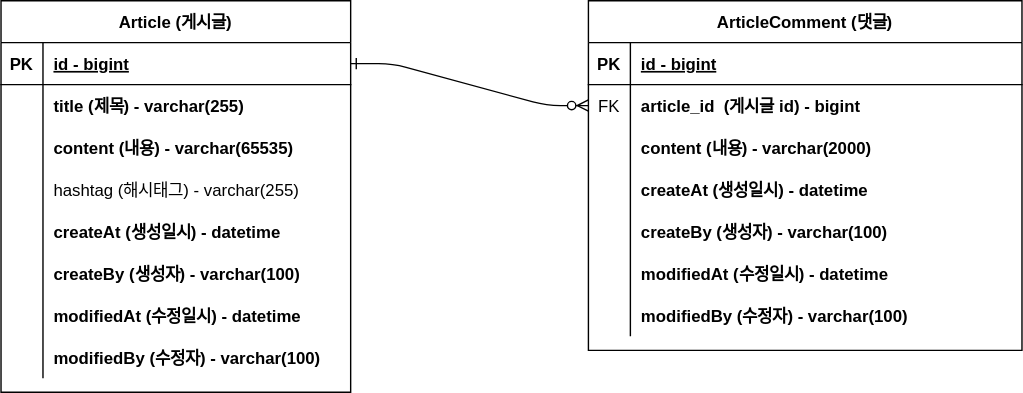
This is document/project-board-erd.svg from junghyejung1221/board-project, a draw.io export, as it was before one commit. Source tidied: cells renumbered, new cells last; positions are measured from the earlier drawing's top-left corner, leaving out a move shared by most shapes.
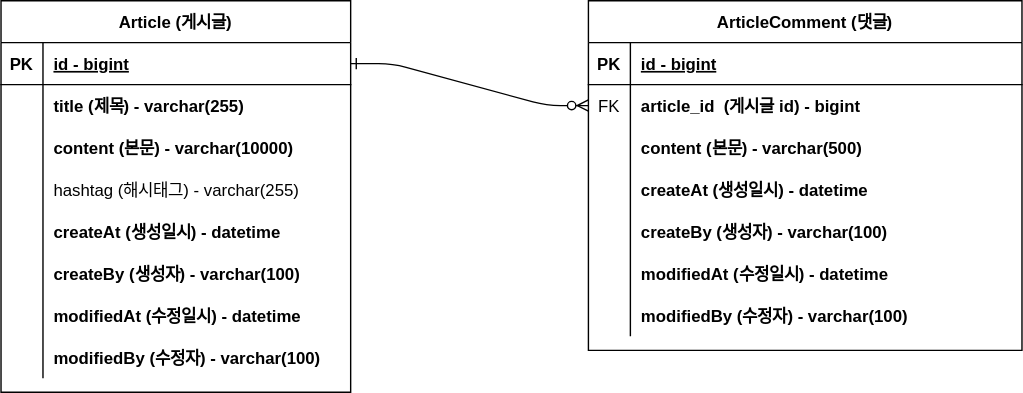
After the commit.

Commit message:
#10 - erd 업데이트 content 수정

The edit, as a diff of the source:
```diff
@@ -32,7 +32,7 @@
     <mxCell id="11" style="shape=partialRectangle;overflow=hidden;fillColor=none;top=0;left=0;bottom=0;right=0;" parent="10" vertex="1">
       <mxGeometry width="30" height="30" as="geometry" />
     </mxCell>
-    <mxCell id="12" value="content (내용) - varchar(65535)" style="shape=partialRectangle;overflow=hidden;fillColor=none;top=0;left=0;bottom=0;right=0;align=left;spacingLeft=6;fontStyle=1;" parent="10" vertex="1">
+    <mxCell id="12" value="content (본문) - varchar(10000)" style="shape=partialRectangle;overflow=hidden;fillColor=none;top=0;left=0;bottom=0;right=0;align=left;spacingLeft=6;fontStyle=1;" parent="10" vertex="1">
       <mxGeometry x="30" width="220" height="30" as="geometry" />
     </mxCell>
     <mxCell id="13" style="shape=partialRectangle;fillColor=none;top=0;left=0;right=0;bottom=0;" parent="3" vertex="1">
@@ -107,7 +107,7 @@
     <mxCell id="36" style="shape=partialRectangle;overflow=hidden;fillColor=none;top=0;left=0;bottom=0;right=0;" parent="35" vertex="1">
       <mxGeometry width="30" height="30" as="geometry" />
     </mxCell>
-    <mxCell id="37" value="content (내용) - varchar(2000)" style="shape=partialRectangle;overflow=hidden;fillColor=none;top=0;left=0;bottom=0;right=0;align=left;spacingLeft=6;fontStyle=1;" parent="35" vertex="1">
+    <mxCell id="37" value="content (본문) - varchar(500)" style="shape=partialRectangle;overflow=hidden;fillColor=none;top=0;left=0;bottom=0;right=0;align=left;spacingLeft=6;fontStyle=1;" parent="35" vertex="1">
       <mxGeometry x="30" width="280" height="30" as="geometry" />
     </mxCell>
     <mxCell id="38" style="shape=partialRectangle;fillColor=none;top=0;left=0;right=0;bottom=0;" parent="28" vertex="1">
```
